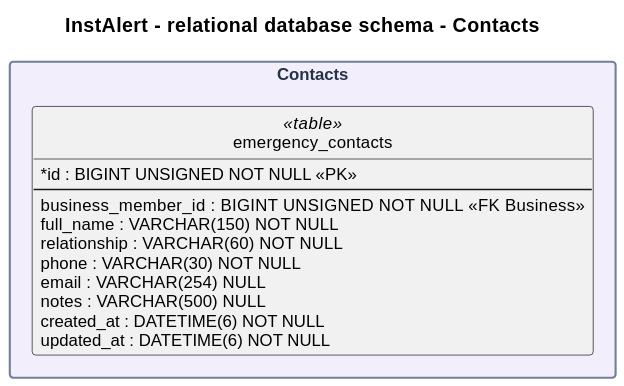
LosIncreiblesCorp/losIncreibles-project-report keeps this PlantUML diagram as assets/Chapter4/database-diagrams/contacts.svg. Above is the earlier version. The source it was exported from:
```plantuml
@startuml
left to right direction
skinparam shadowing false
skinparam packageStyle rectangle
skinparam packageBorderColor #718096
skinparam packageFontColor #243347
skinparam entityBackgroundColor #FFFFFF
skinparam entityBorderColor #64748B
skinparam entityFontColor #111827
skinparam entityAttributeFontColor #334155
skinparam classAttributeIconSize 0
skinparam defaultFontName Arial
skinparam defaultFontSize 12
skinparam ArrowColor #52677C
skinparam ArrowFontColor #334155
skinparam ArrowFontSize 10
skinparam linetype ortho
hide methods
hide circle
title InstAlert - relational database schema - Contacts
package "Contacts" as contactsContext #F2EEFC {
  entity "emergency_contacts" as emergencyContacts <<table>> {
    *id : BIGINT UNSIGNED NOT NULL <<PK>>
    --
    business_member_id : BIGINT UNSIGNED NOT NULL <<FK Business>>
    full_name : VARCHAR(150) NOT NULL
    relationship : VARCHAR(60) NOT NULL
    phone : VARCHAR(30) NOT NULL
    email : VARCHAR(254) NULL
    notes : VARCHAR(500) NULL
    created_at : DATETIME(6) NOT NULL
    updated_at : DATETIME(6) NOT NULL
  }
}
@enduml
```
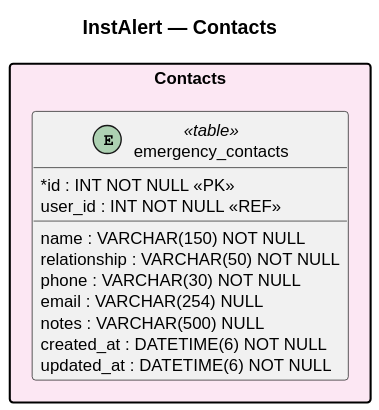
The same file after the commit.

Commit message:
docs(chapter4): add profiles and dashboard database diagrams

Diff of the diagram source:
```diff
@@ -1,35 +1,23 @@
 @startuml
-left to right direction
 skinparam shadowing false
+skinparam classAttributeIconSize 0
 skinparam packageStyle rectangle
-skinparam packageBorderColor #718096
-skinparam packageFontColor #243347
-skinparam entityBackgroundColor #FFFFFF
-skinparam entityBorderColor #64748B
-skinparam entityFontColor #111827
-skinparam entityAttributeFontColor #334155
-skinparam classAttributeIconSize 0
-skinparam defaultFontName Arial
+skinparam linetype polyline
+skinparam defaultFontName SansSerif
 skinparam defaultFontSize 12
-skinparam ArrowColor #52677C
-skinparam ArrowFontColor #334155
-skinparam ArrowFontSize 10
-skinparam linetype ortho
-hide methods
-hide circle
-title InstAlert - relational database schema - Contacts
-package "Contacts" as contactsContext #F2EEFC {
-  entity "emergency_contacts" as emergencyContacts <<table>> {
-    *id : BIGINT UNSIGNED NOT NULL <<PK>>
-    --
-    business_member_id : BIGINT UNSIGNED NOT NULL <<FK Business>>
-    full_name : VARCHAR(150) NOT NULL
-    relationship : VARCHAR(60) NOT NULL
-    phone : VARCHAR(30) NOT NULL
-    email : VARCHAR(254) NULL
-    notes : VARCHAR(500) NULL
-    created_at : DATETIME(6) NOT NULL
-    updated_at : DATETIME(6) NOT NULL
-  }
+hide empty members
+title InstAlert — Contacts
+package "Contacts" #FCE7F3 {
+entity "emergency_contacts" as emergency_contacts <<table>> {
+* id : INT NOT NULL <<PK>>
+  user_id : INT NOT NULL <<REF>>
+  name : VARCHAR(150) NOT NULL
+  relationship : VARCHAR(50) NOT NULL
+  phone : VARCHAR(30) NOT NULL
+  email : VARCHAR(254) NULL
+  notes : VARCHAR(500) NULL
+  created_at : DATETIME(6) NOT NULL
+  updated_at : DATETIME(6) NOT NULL
+}
 }
 @enduml
```
